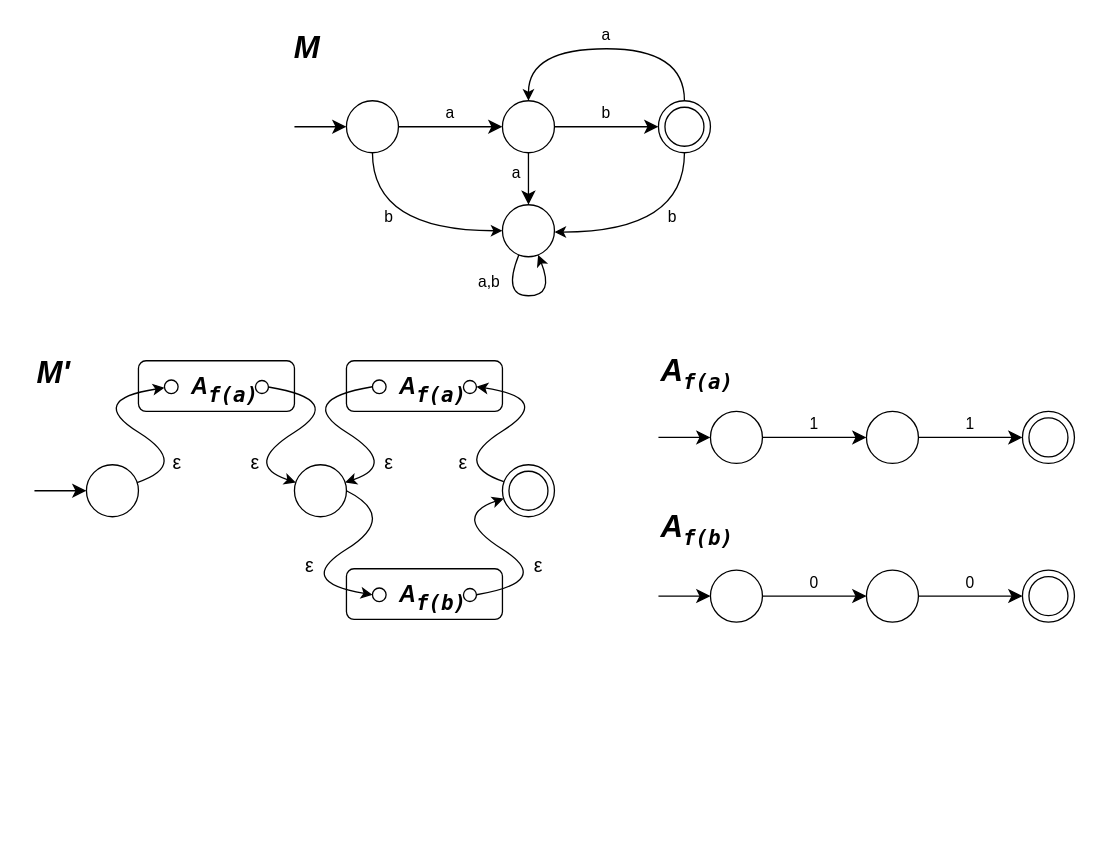
mehshan/tcs keeps this draw.io diagram as page "P1.66" (6 of 8) of Introduction.to.the.Theory.of.Computation.3e/Figures/Firgures.drawio. Above is the earlier version. Source tidied: cells renumbered, new cells numbered last; positions are measured from the earlier drawing's top-left corner, leaving out a move shared by most shapes. Both pictures are drawn from the tidied source at 130%, with x=0, y=0 at pixel (34, 22).
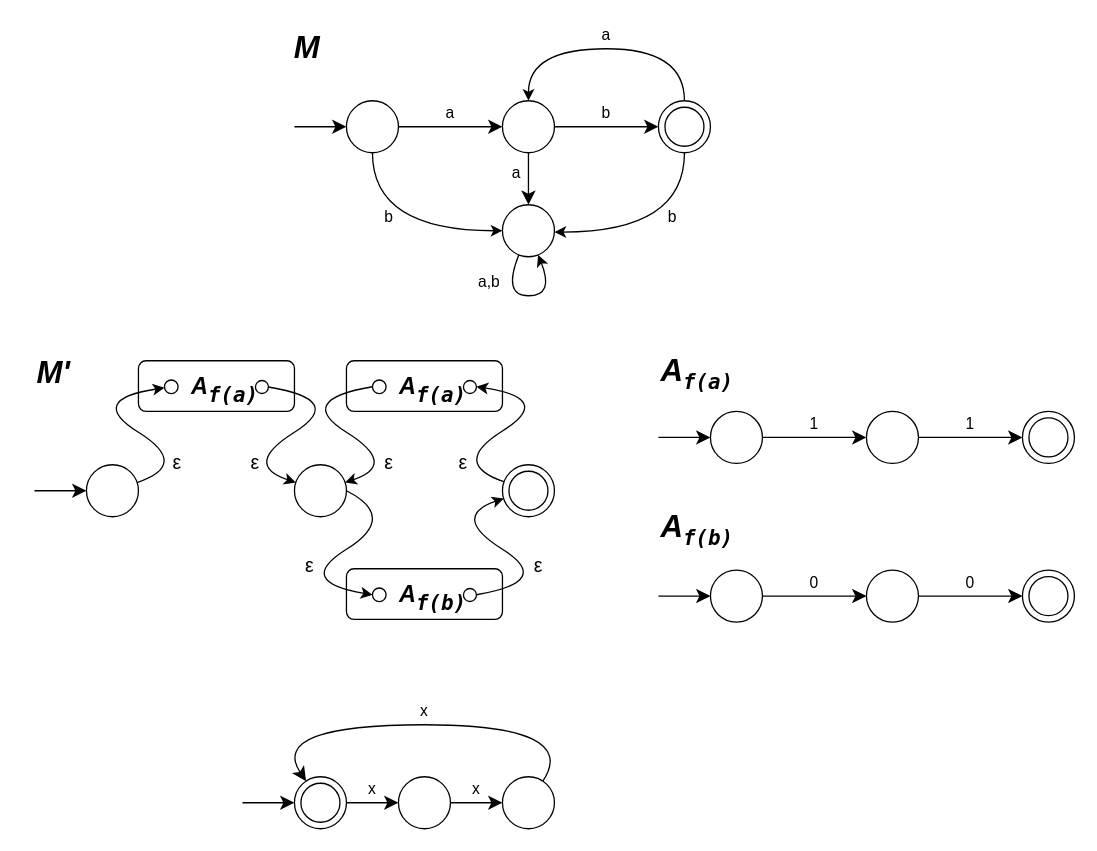
After the change.

The edit, as a diff of the source:
```diff
@@
+    <mxCell id="80" style="endArrow=classic;html=1;rounded=0;strokeWidth=1;endSize=8;" parent="1" edge="1" target="82">
+      <mxGeometry relative="1" as="geometry">
+        <mxPoint x="160" y="600" as="sourcePoint" />
+      </mxGeometry>
+    </mxCell>
+    <mxCell id="81" style="group;" parent="1" vertex="1">
+      <mxGeometry x="200" y="580" width="40" height="40" as="geometry" />
+    </mxCell>
+    <mxCell id="82" style="ellipse;whiteSpace=wrap;html=1;" parent="81" vertex="1">
+      <mxGeometry width="40" height="40" as="geometry" />
+    </mxCell>
+    <mxCell id="83" style="ellipse;whiteSpace=wrap;html=1;" parent="81" vertex="1">
+      <mxGeometry x="5" y="5" width="30" height="30" as="geometry" />
+    </mxCell>
+    <mxCell id="84" style="endArrow=classic;html=1;rounded=0;strokeWidth=1;endSize=8;" parent="1" edge="1" source="82" target="86">
+      <mxGeometry relative="1" as="geometry" />
+    </mxCell>
+    <mxCell id="85" value="x" style="text;html=1;align=center;verticalAlign=middle;whiteSpace=wrap;rounded=0;" parent="1" vertex="1">
+      <mxGeometry x="330" y="580" width="20" height="20" as="geometry" />
+    </mxCell>
+    <mxCell id="86" style="ellipse;whiteSpace=wrap;html=1;" parent="1" vertex="1">
+      <mxGeometry x="280" y="580" width="40" height="40" as="geometry" />
+    </mxCell>
+    <mxCell id="87" style="ellipse;whiteSpace=wrap;html=1;" parent="1" vertex="1">
+      <mxGeometry x="360" y="580" width="40" height="40" as="geometry" />
+    </mxCell>
+    <mxCell id="88" style="endArrow=classic;html=1;rounded=0;strokeWidth=1;endSize=8;" parent="1" edge="1" source="86" target="87">
+      <mxGeometry relative="1" as="geometry" />
+    </mxCell>
+    <mxCell id="89" value="x" style="text;html=1;align=center;verticalAlign=middle;whiteSpace=wrap;rounded=0;" parent="1" vertex="1">
+      <mxGeometry x="250" y="580" width="20" height="20" as="geometry" />
+    </mxCell>
+    <mxCell id="90" style="curved=1;endArrow=classic;html=1;rounded=0;endSize=8;" parent="1" edge="1" source="87" target="82">
+      <mxGeometry relative="1" as="geometry">
+        <Array as="points">
+          <mxPoint x="420" y="540" />
+          <mxPoint x="180" y="540" />
+        </Array>
+      </mxGeometry>
+    </mxCell>
+    <mxCell id="91" value="x" style="text;html=1;align=center;verticalAlign=middle;whiteSpace=wrap;rounded=0;" parent="1" vertex="1">
+      <mxGeometry x="290" y="520" width="20" height="20" as="geometry" />
+    </mxCell>
```
